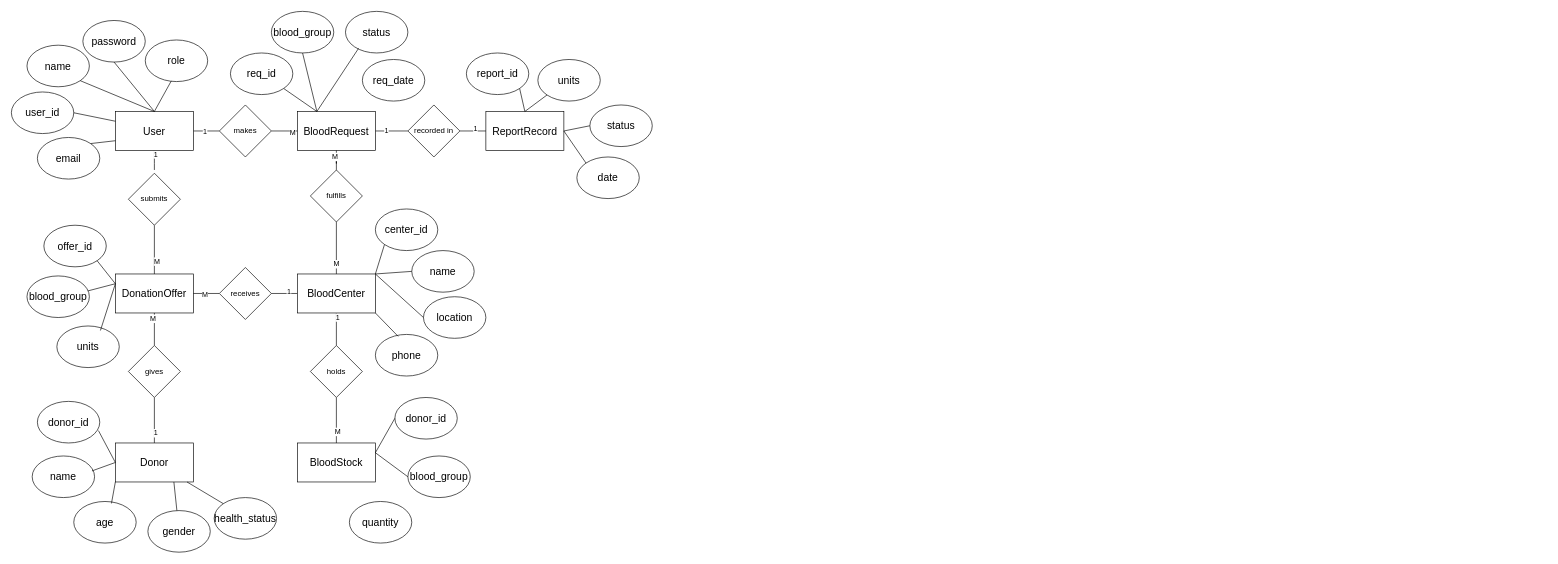
Earlier version of the draw.io diagram Sujal_Sem4.drawio (bikrantj/diagrams). Source tidied: cells renumbered, new cells numbered last; positions are measured from the earlier drawing's top-left corner, leaving out a move shared by most shapes. Both pictures are drawn from the tidied source at 65%, with x=0, y=0 at pixel (11, 11).
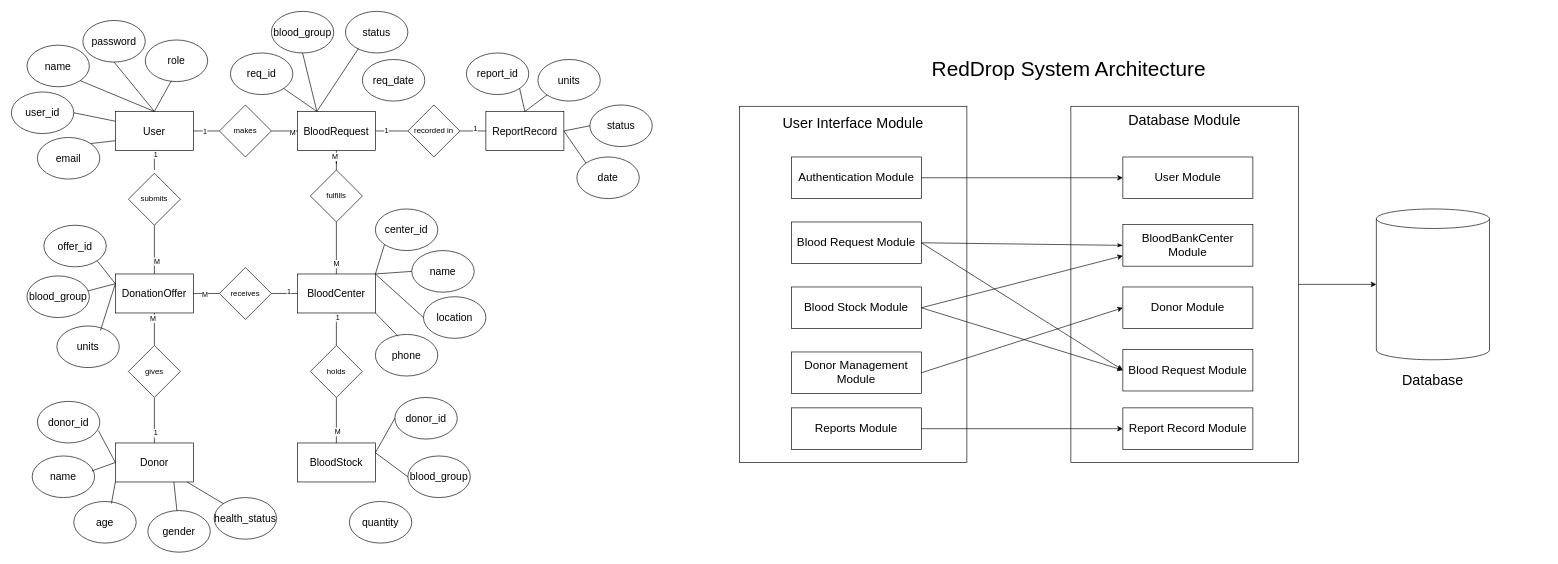
The same page after the edit.

Change to the diagram source:
```diff
@@
+    <mxCell id="98" style="rounded=0;whiteSpace=wrap;html=1;" parent="1" vertex="1">
+      <mxGeometry x="1120" y="146" width="350" height="548" as="geometry" />
+    </mxCell>
+    <mxCell id="99" style="edgeStyle=orthogonalEdgeStyle;rounded=0;jettySize=auto;html=1;entryX=0;entryY=0.5;entryDx=0;entryDy=0;entryPerimeter=0;" parent="1" edge="1" source="100" target="103">
+      <mxGeometry relative="1" as="geometry" />
+    </mxCell>
+    <mxCell id="100" style="rounded=0;whiteSpace=wrap;html=1;" parent="1" vertex="1">
+      <mxGeometry x="1630" y="146" width="350" height="548" as="geometry" />
+    </mxCell>
+    <mxCell id="101" value="&lt;font style=&quot;font-size: 22px;&quot;&gt;User Interface Module&lt;/font&gt;" style="text;html=1;whiteSpace=wrap;strokeColor=none;fillColor=none;align=center;verticalAlign=middle;rounded=0;" parent="1" vertex="1">
+      <mxGeometry x="1120" y="158" width="350" height="30" as="geometry" />
+    </mxCell>
+    <mxCell id="102" value="&lt;font style=&quot;font-size: 22px;&quot;&gt;Database Module&lt;/font&gt;" style="text;html=1;whiteSpace=wrap;strokeColor=none;fillColor=none;align=center;verticalAlign=middle;rounded=0;" parent="1" vertex="1">
+      <mxGeometry x="1630" y="154" width="350" height="30" as="geometry" />
+    </mxCell>
+    <mxCell id="103" style="shape=cylinder3;whiteSpace=wrap;html=1;boundedLbl=1;backgroundOutline=1;size=15;" parent="1" vertex="1">
+      <mxGeometry x="2100" y="304" width="174" height="232" as="geometry" />
+    </mxCell>
+    <mxCell id="104" value="&lt;font style=&quot;font-size: 22px;&quot;&gt;Database&lt;/font&gt;" style="text;html=1;whiteSpace=wrap;strokeColor=none;fillColor=none;align=center;verticalAlign=middle;rounded=0;" parent="1" vertex="1">
+      <mxGeometry x="2012" y="554" width="350" height="30" as="geometry" />
+    </mxCell>
+    <mxCell id="105" style="edgeStyle=orthogonalEdgeStyle;rounded=0;jettySize=auto;html=1;entryX=0;entryY=0.5;entryDx=0;entryDy=0;" parent="1" edge="1" source="106" target="111">
+      <mxGeometry relative="1" as="geometry" />
+    </mxCell>
+    <mxCell id="106" value="&lt;font style=&quot;font-size: 18px;&quot;&gt;Authentication Module&lt;/font&gt;" style="rounded=0;whiteSpace=wrap;html=1;" parent="1" vertex="1">
+      <mxGeometry x="1200" y="224" width="200" height="64" as="geometry" />
+    </mxCell>
+    <mxCell id="107" value="&lt;font style=&quot;font-size: 18px;&quot;&gt;Blood Request Module&lt;/font&gt;" style="rounded=0;whiteSpace=wrap;html=1;" parent="1" vertex="1">
+      <mxGeometry x="1200" y="324" width="200" height="64" as="geometry" />
+    </mxCell>
+    <mxCell id="108" value="&lt;font style=&quot;font-size: 18px;&quot;&gt;Blood Stock Module&lt;/font&gt;" style="rounded=0;whiteSpace=wrap;html=1;" parent="1" vertex="1">
+      <mxGeometry x="1200" y="424" width="200" height="64" as="geometry" />
+    </mxCell>
+    <mxCell id="109" value="&lt;font style=&quot;font-size: 18px;&quot;&gt;Donor Management Module&lt;/font&gt;" style="rounded=0;whiteSpace=wrap;html=1;" parent="1" vertex="1">
+      <mxGeometry x="1200" y="524" width="200" height="64" as="geometry" />
+    </mxCell>
+    <mxCell id="110" value="&lt;font style=&quot;font-size: 18px;&quot;&gt;Reports Module&lt;/font&gt;" style="rounded=0;whiteSpace=wrap;html=1;" parent="1" vertex="1">
+      <mxGeometry x="1200" y="610" width="200" height="64" as="geometry" />
+    </mxCell>
+    <mxCell id="111" value="&lt;font style=&quot;font-size: 18px;&quot;&gt;User Module&lt;/font&gt;" style="rounded=0;whiteSpace=wrap;html=1;" parent="1" vertex="1">
+      <mxGeometry x="1710" y="224" width="200" height="64" as="geometry" />
+    </mxCell>
+    <mxCell id="112" value="&lt;font style=&quot;font-size: 18px;&quot;&gt;BloodBankCenter Module&lt;/font&gt;" style="rounded=0;whiteSpace=wrap;html=1;" parent="1" vertex="1">
+      <mxGeometry x="1710" y="328" width="200" height="64" as="geometry" />
+    </mxCell>
+    <mxCell id="113" value="&lt;font style=&quot;font-size: 18px;&quot;&gt;Donor Module&lt;/font&gt;" style="rounded=0;whiteSpace=wrap;html=1;" parent="1" vertex="1">
+      <mxGeometry x="1710" y="424" width="200" height="64" as="geometry" />
+    </mxCell>
+    <mxCell id="114" value="&lt;font style=&quot;font-size: 18px;&quot;&gt;Blood Request Module&lt;/font&gt;" style="rounded=0;whiteSpace=wrap;html=1;" parent="1" vertex="1">
+      <mxGeometry x="1710" y="520" width="200" height="64" as="geometry" />
+    </mxCell>
+    <mxCell id="115" value="&lt;font style=&quot;font-size: 18px;&quot;&gt;Report Record Module&lt;/font&gt;" style="rounded=0;whiteSpace=wrap;html=1;" parent="1" vertex="1">
+      <mxGeometry x="1710" y="610" width="200" height="64" as="geometry" />
+    </mxCell>
+    <mxCell id="116" style="endArrow=classic;html=1;rounded=0;entryX=0;entryY=0.5;entryDx=0;entryDy=0;exitX=1;exitY=0.5;exitDx=0;exitDy=0;endFill=1;" parent="1" edge="1" source="107" target="114">
+      <mxGeometry relative="1" as="geometry" />
+    </mxCell>
+    <mxCell id="117" style="endArrow=classicThin;html=1;rounded=0;entryX=0;entryY=0.5;entryDx=0;entryDy=0;exitX=1;exitY=0.5;exitDx=0;exitDy=0;endFill=1;" parent="1" edge="1" source="107" target="112">
+      <mxGeometry relative="1" as="geometry" />
+    </mxCell>
+    <mxCell id="118" style="endArrow=classic;html=1;rounded=0;entryX=0;entryY=0.75;entryDx=0;entryDy=0;exitX=1;exitY=0.5;exitDx=0;exitDy=0;endFill=1;" parent="1" edge="1" source="108" target="112">
+      <mxGeometry relative="1" as="geometry" />
+    </mxCell>
+    <mxCell id="119" style="endArrow=classic;html=1;rounded=0;entryX=0;entryY=0.5;entryDx=0;entryDy=0;exitX=1;exitY=0.5;exitDx=0;exitDy=0;endFill=1;" parent="1" edge="1" source="108" target="114">
+      <mxGeometry relative="1" as="geometry" />
+    </mxCell>
+    <mxCell id="120" style="endArrow=classic;html=1;rounded=0;entryX=0;entryY=0.5;entryDx=0;entryDy=0;exitX=1;exitY=0.5;exitDx=0;exitDy=0;endFill=1;" parent="1" edge="1" source="109" target="113">
+      <mxGeometry relative="1" as="geometry" />
+    </mxCell>
+    <mxCell id="121" style="endArrow=classic;html=1;rounded=0;entryX=0;entryY=0.5;entryDx=0;entryDy=0;exitX=1;exitY=0.5;exitDx=0;exitDy=0;endFill=1;" parent="1" edge="1" source="110" target="115">
+      <mxGeometry relative="1" as="geometry" />
+    </mxCell>
+    <mxCell id="122" value="&lt;font style=&quot;font-size: 32px;&quot;&gt;RedDrop System Architecture&lt;/font&gt;" style="text;html=1;whiteSpace=wrap;strokeColor=none;fillColor=none;align=center;verticalAlign=middle;rounded=0;" parent="1" vertex="1">
+      <mxGeometry x="1387" y="74" width="480" height="30" as="geometry" />
+    </mxCell>
```
